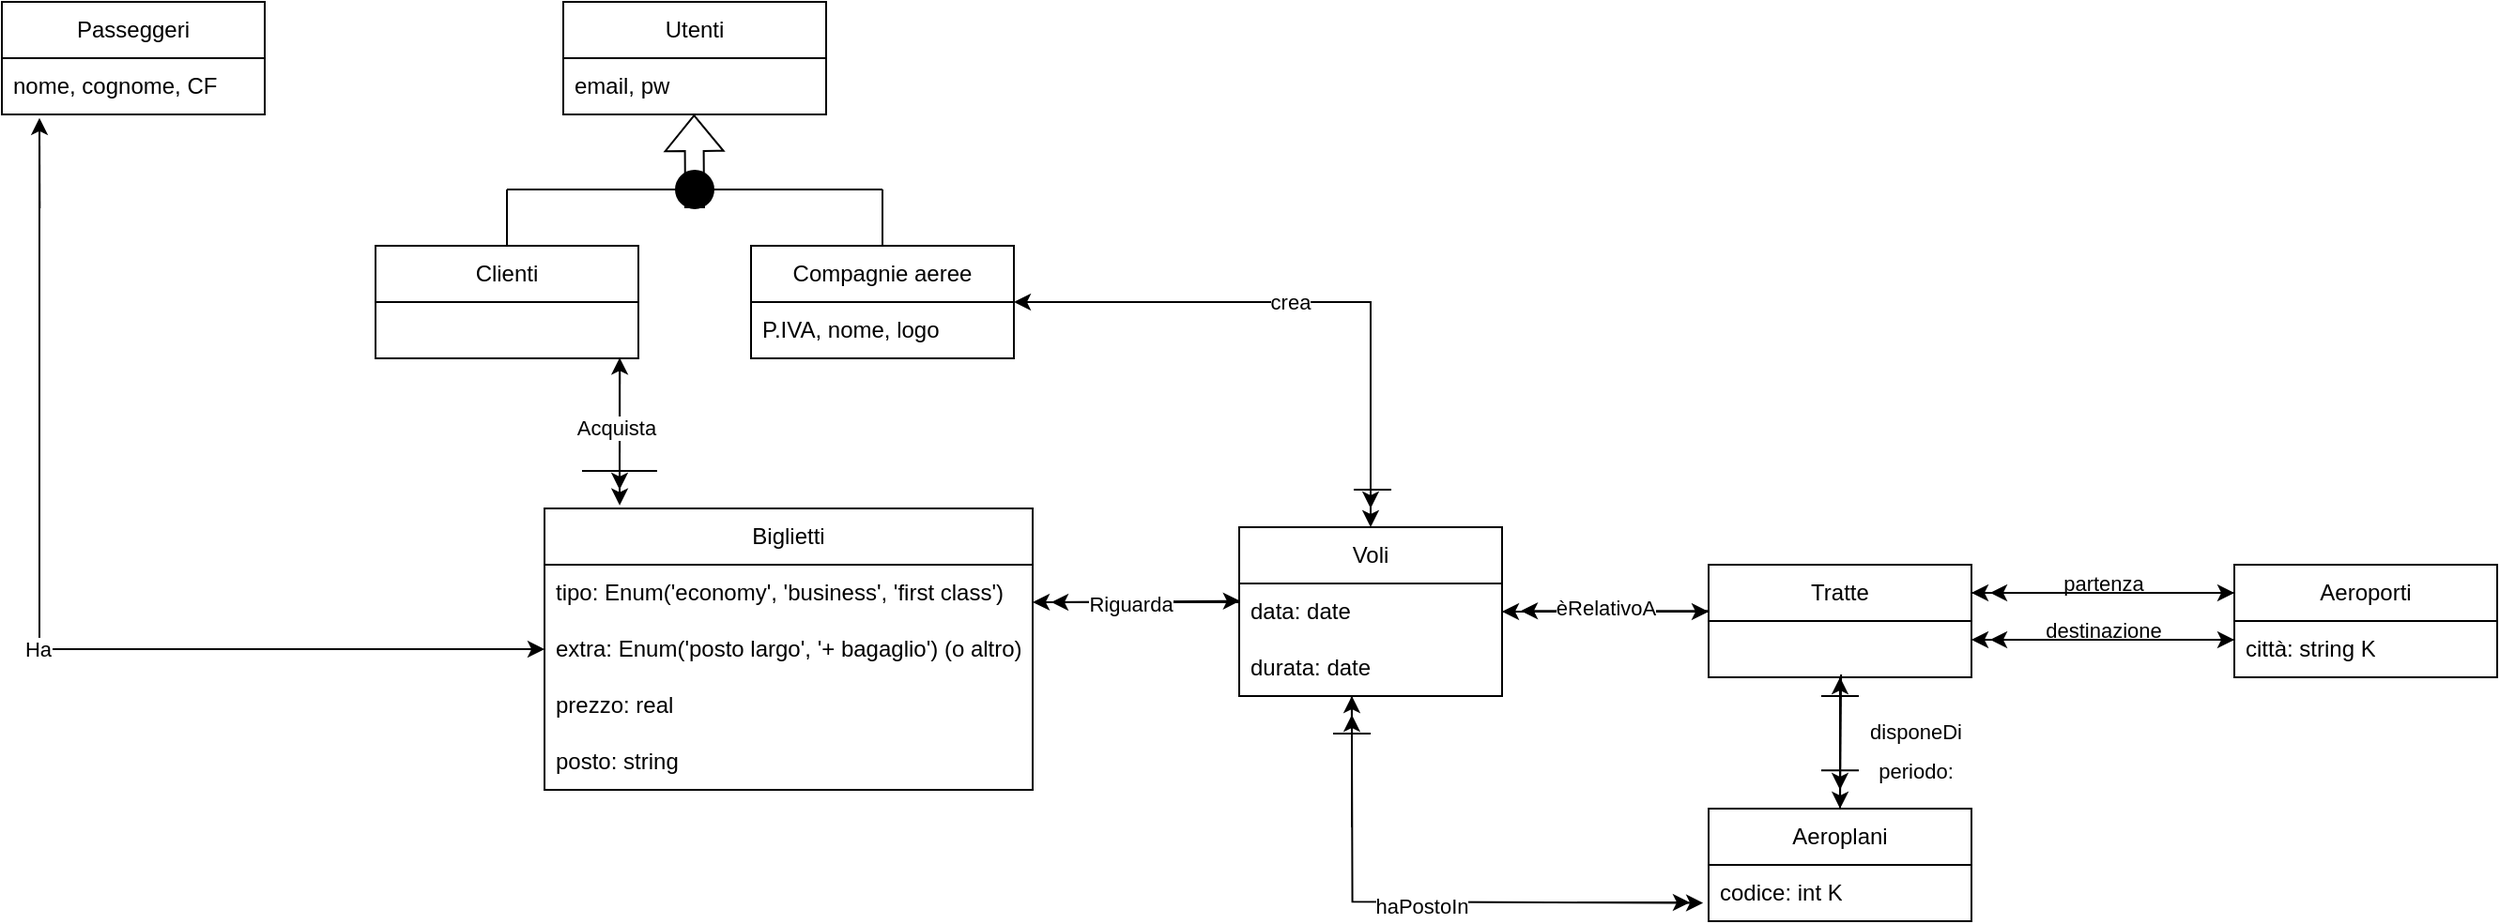
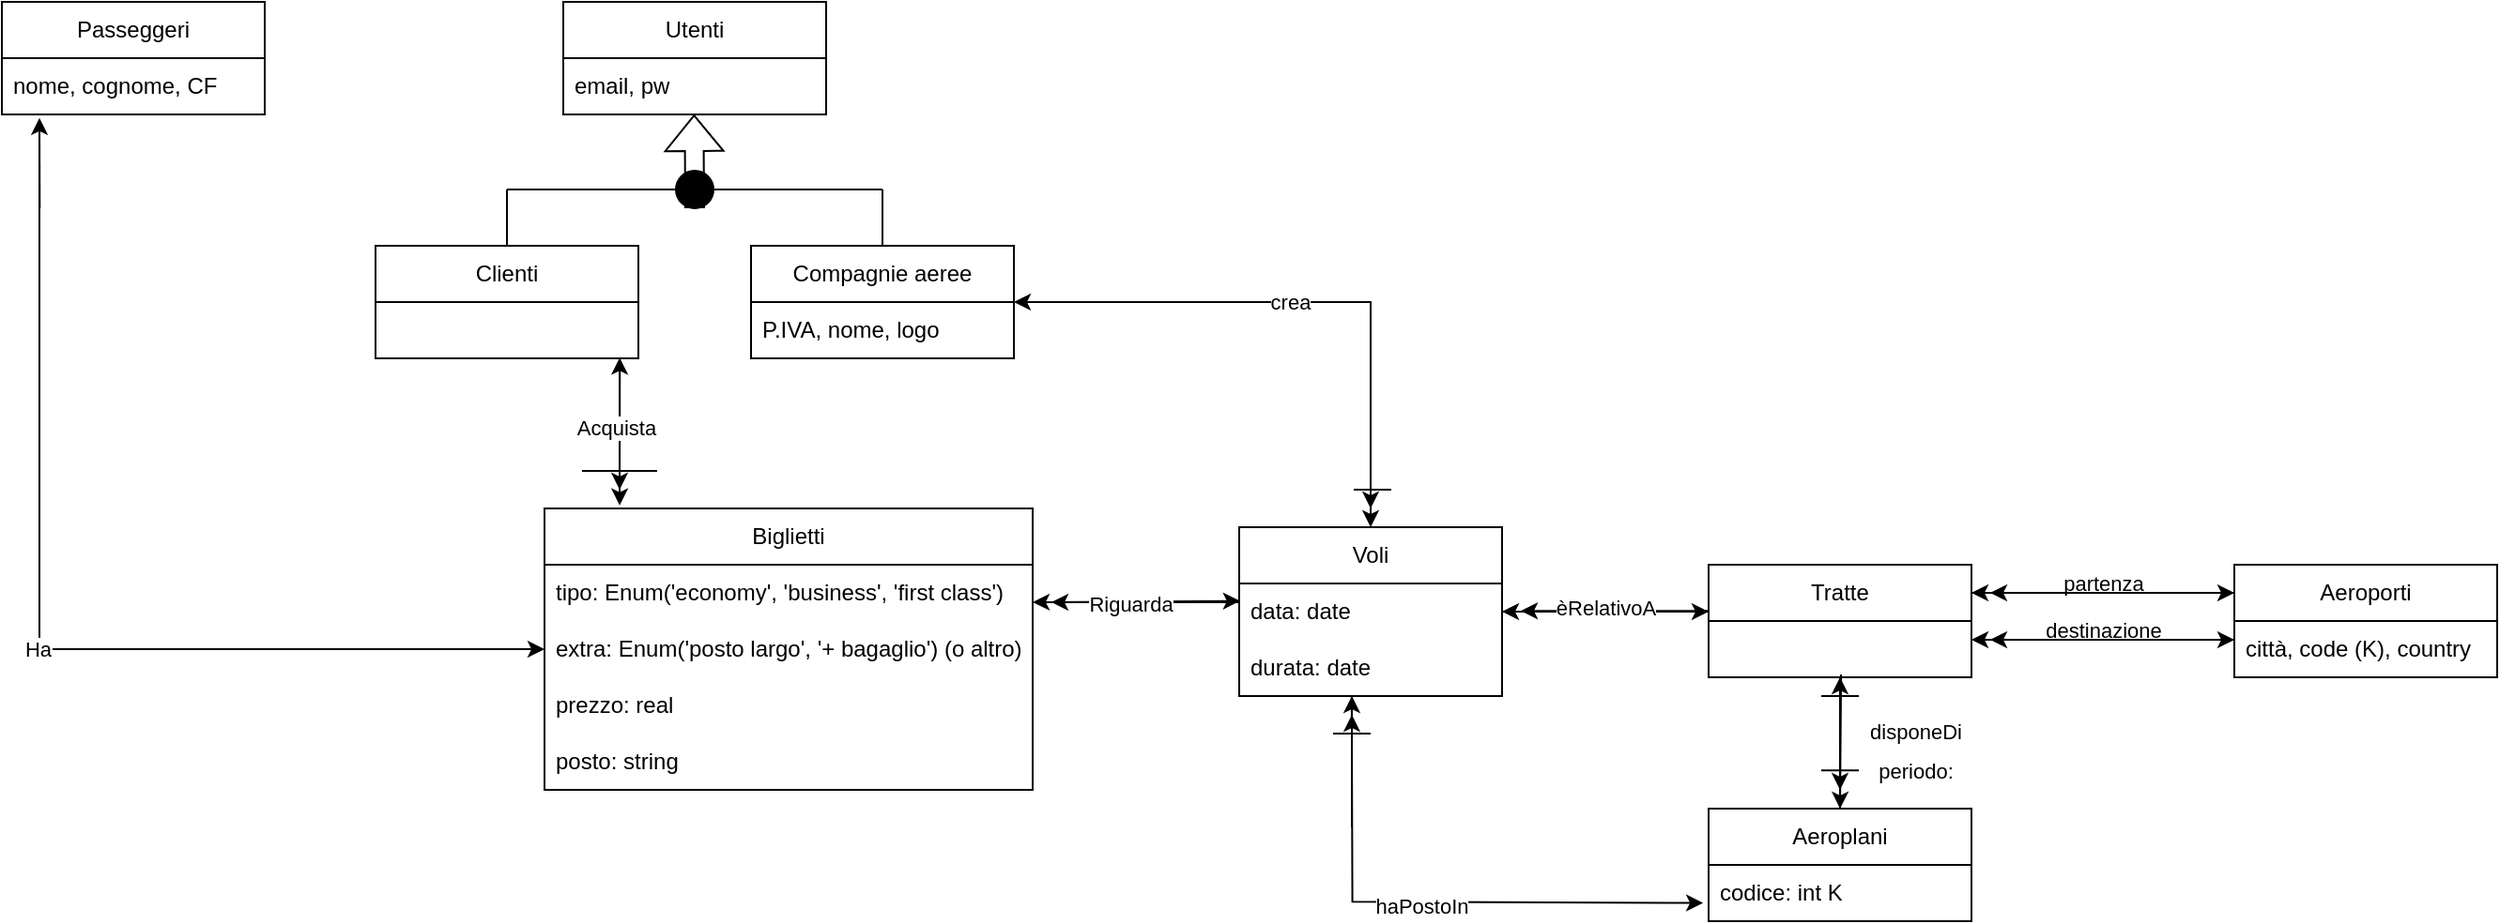
<mxfile host="65bd71144e">
    <diagram name="Pagina-1" id="Y2F9K8NCZ-bAOCw_idQH">
-         <mxGraphModel dx="2329" dy="2093" grid="1" gridSize="10" guides="1" tooltips="1" connect="1" arrows="1" fold="1" page="1" pageScale="1" pageWidth="1169" pageHeight="827" background="none" math="0" shadow="0">
+         <mxGraphModel dx="1955" dy="1866" grid="1" gridSize="10" guides="1" tooltips="1" connect="1" arrows="1" fold="1" page="1" pageScale="1" pageWidth="1169" pageHeight="827" background="none" math="0" shadow="0">
            <root>
                <mxCell id="0"/>
                <mxCell id="1" parent="0"/>
                <mxCell id="_ETjs5SsKa_0tdBlZnar-3" value="Utenti" style="swimlane;fontStyle=0;childLayout=stackLayout;horizontal=1;startSize=30;horizontalStack=0;resizeParent=1;resizeParentMax=0;resizeLast=0;collapsible=1;marginBottom=0;whiteSpace=wrap;html=1;" parent="1" vertex="1">
                    <mxGeometry x="119" y="-1600" width="140" height="60" as="geometry"/>
                </mxCell>
                <mxCell id="_ETjs5SsKa_0tdBlZnar-4" value="email, pw" style="text;strokeColor=none;fillColor=none;align=left;verticalAlign=middle;spacingLeft=4;spacingRight=4;overflow=hidden;points=[[0,0.5],[1,0.5]];portConstraint=eastwest;rotatable=0;whiteSpace=wrap;html=1;" parent="_ETjs5SsKa_0tdBlZnar-3" vertex="1">
                    <mxGeometry y="30" width="140" height="30" as="geometry"/>
                </mxCell>
                <mxCell id="_ETjs5SsKa_0tdBlZnar-15" value="Clienti" style="swimlane;fontStyle=0;childLayout=stackLayout;horizontal=1;startSize=30;horizontalStack=0;resizeParent=1;resizeParentMax=0;resizeLast=0;collapsible=1;marginBottom=0;whiteSpace=wrap;html=1;" parent="1" vertex="1">
                    <mxGeometry x="19" y="-1470" width="140" height="60" as="geometry"/>
                </mxCell>
                <mxCell id="_ETjs5SsKa_0tdBlZnar-17" value="Compagnie aeree" style="swimlane;fontStyle=0;childLayout=stackLayout;horizontal=1;startSize=30;horizontalStack=0;resizeParent=1;resizeParentMax=0;resizeLast=0;collapsible=1;marginBottom=0;whiteSpace=wrap;html=1;" parent="1" vertex="1">
                    <mxGeometry x="219" y="-1470" width="140" height="60" as="geometry"/>
                </mxCell>
                <mxCell id="_ETjs5SsKa_0tdBlZnar-18" value="P.IVA, nome, logo" style="text;strokeColor=none;fillColor=none;align=left;verticalAlign=middle;spacingLeft=4;spacingRight=4;overflow=hidden;points=[[0,0.5],[1,0.5]];portConstraint=eastwest;rotatable=0;whiteSpace=wrap;html=1;" parent="_ETjs5SsKa_0tdBlZnar-17" vertex="1">
                    <mxGeometry y="30" width="140" height="30" as="geometry"/>
                </mxCell>
                <mxCell id="_ETjs5SsKa_0tdBlZnar-19" value="Tratte" style="swimlane;fontStyle=0;childLayout=stackLayout;horizontal=1;startSize=30;horizontalStack=0;resizeParent=1;resizeParentMax=0;resizeLast=0;collapsible=1;marginBottom=0;whiteSpace=wrap;html=1;" parent="1" vertex="1">
                    <mxGeometry x="729" y="-1300" width="140" height="60" as="geometry"/>
                </mxCell>
                <mxCell id="_ETjs5SsKa_0tdBlZnar-21" value="Aeroplani" style="swimlane;fontStyle=0;childLayout=stackLayout;horizontal=1;startSize=30;horizontalStack=0;resizeParent=1;resizeParentMax=0;resizeLast=0;collapsible=1;marginBottom=0;whiteSpace=wrap;html=1;" parent="1" vertex="1">
                    <mxGeometry x="729" y="-1170" width="140" height="60" as="geometry"/>
                </mxCell>
                <mxCell id="_ETjs5SsKa_0tdBlZnar-22" value="codice: int K" style="text;strokeColor=none;fillColor=none;align=left;verticalAlign=middle;spacingLeft=4;spacingRight=4;overflow=hidden;points=[[0,0.5],[1,0.5]];portConstraint=eastwest;rotatable=0;whiteSpace=wrap;html=1;" parent="_ETjs5SsKa_0tdBlZnar-21" vertex="1">
                    <mxGeometry y="30" width="140" height="30" as="geometry"/>
                </mxCell>
                <mxCell id="_ETjs5SsKa_0tdBlZnar-23" value="Aeroporti" style="swimlane;fontStyle=0;childLayout=stackLayout;horizontal=1;startSize=30;horizontalStack=0;resizeParent=1;resizeParentMax=0;resizeLast=0;collapsible=1;marginBottom=0;whiteSpace=wrap;html=1;" parent="1" vertex="1">
                    <mxGeometry x="1009" y="-1300" width="140" height="60" as="geometry"/>
                </mxCell>
-                 <mxCell id="_ETjs5SsKa_0tdBlZnar-24" value="città: string K" style="text;strokeColor=none;fillColor=none;align=left;verticalAlign=middle;spacingLeft=4;spacingRight=4;overflow=hidden;points=[[0,0.5],[1,0.5]];portConstraint=eastwest;rotatable=0;whiteSpace=wrap;html=1;" parent="_ETjs5SsKa_0tdBlZnar-23" vertex="1">
+                 <mxCell id="_ETjs5SsKa_0tdBlZnar-24" value="città, code (K), country" style="text;strokeColor=none;fillColor=none;align=left;verticalAlign=middle;spacingLeft=4;spacingRight=4;overflow=hidden;points=[[0,0.5],[1,0.5]];portConstraint=eastwest;rotatable=0;whiteSpace=wrap;html=1;" parent="_ETjs5SsKa_0tdBlZnar-23" vertex="1">
                    <mxGeometry y="30" width="140" height="30" as="geometry"/>
                </mxCell>
                <mxCell id="_ETjs5SsKa_0tdBlZnar-25" value="" style="endArrow=classic;html=1;rounded=0;exitX=1;exitY=0.25;exitDx=0;exitDy=0;entryX=0;entryY=0.25;entryDx=0;entryDy=0;" parent="1" source="_ETjs5SsKa_0tdBlZnar-19" target="_ETjs5SsKa_0tdBlZnar-23" edge="1">
                    <mxGeometry width="50" height="50" relative="1" as="geometry">
                        <mxPoint x="709" y="-1000" as="sourcePoint"/>
                        <mxPoint x="759" y="-1050" as="targetPoint"/>
                    </mxGeometry>
                </mxCell>
                <mxCell id="_ETjs5SsKa_0tdBlZnar-27" value="" style="endArrow=classic;html=1;rounded=0;entryX=1;entryY=0.25;entryDx=0;entryDy=0;exitX=0;exitY=0.25;exitDx=0;exitDy=0;" parent="1" source="_ETjs5SsKa_0tdBlZnar-23" target="_ETjs5SsKa_0tdBlZnar-19" edge="1">
                    <mxGeometry width="50" height="50" relative="1" as="geometry">
                        <mxPoint x="709" y="-1000" as="sourcePoint"/>
                        <mxPoint x="759" y="-1050" as="targetPoint"/>
                    </mxGeometry>
                </mxCell>
                <mxCell id="_ETjs5SsKa_0tdBlZnar-28" value="partenza" style="edgeLabel;html=1;align=center;verticalAlign=middle;resizable=0;points=[];" parent="_ETjs5SsKa_0tdBlZnar-27" vertex="1" connectable="0">
                    <mxGeometry x="0.0872" y="2" relative="1" as="geometry">
                        <mxPoint x="6" y="-7" as="offset"/>
                    </mxGeometry>
                </mxCell>
                <mxCell id="_ETjs5SsKa_0tdBlZnar-29" value="" style="endArrow=classic;html=1;rounded=0;exitX=0;exitY=0.25;exitDx=0;exitDy=0;" parent="1" source="_ETjs5SsKa_0tdBlZnar-23" edge="1">
                    <mxGeometry width="50" height="50" relative="1" as="geometry">
                        <mxPoint x="709" y="-1000" as="sourcePoint"/>
                        <mxPoint x="879" y="-1285" as="targetPoint"/>
                    </mxGeometry>
                </mxCell>
                <mxCell id="_ETjs5SsKa_0tdBlZnar-30" value="" style="endArrow=classic;html=1;rounded=0;entryX=1;entryY=0.25;entryDx=0;entryDy=0;exitX=0;exitY=0.25;exitDx=0;exitDy=0;" parent="1" edge="1">
                    <mxGeometry width="50" height="50" relative="1" as="geometry">
                        <mxPoint x="1009" y="-1260" as="sourcePoint"/>
                        <mxPoint x="869" y="-1260" as="targetPoint"/>
                    </mxGeometry>
                </mxCell>
                <mxCell id="_ETjs5SsKa_0tdBlZnar-31" value="destinazione" style="edgeLabel;html=1;align=center;verticalAlign=middle;resizable=0;points=[];" parent="_ETjs5SsKa_0tdBlZnar-30" vertex="1" connectable="0">
                    <mxGeometry x="0.0872" y="2" relative="1" as="geometry">
                        <mxPoint x="6" y="-7" as="offset"/>
                    </mxGeometry>
                </mxCell>
                <mxCell id="_ETjs5SsKa_0tdBlZnar-32" value="" style="endArrow=classic;html=1;rounded=0;exitX=0;exitY=0.25;exitDx=0;exitDy=0;" parent="1" edge="1">
                    <mxGeometry width="50" height="50" relative="1" as="geometry">
                        <mxPoint x="1009" y="-1260" as="sourcePoint"/>
                        <mxPoint x="879" y="-1260" as="targetPoint"/>
                    </mxGeometry>
                </mxCell>
                <mxCell id="_ETjs5SsKa_0tdBlZnar-33" value="" style="endArrow=classic;html=1;rounded=0;exitX=1.007;exitY=0.333;exitDx=0;exitDy=0;exitPerimeter=0;" parent="1" edge="1">
                    <mxGeometry width="50" height="50" relative="1" as="geometry">
                        <mxPoint x="869.9799999999998" y="-1260.0100000000002" as="sourcePoint"/>
                        <mxPoint x="1009" y="-1260" as="targetPoint"/>
                    </mxGeometry>
                </mxCell>
                <mxCell id="_ETjs5SsKa_0tdBlZnar-34" value="" style="endArrow=classic;html=1;rounded=0;exitX=0.504;exitY=0.951;exitDx=0;exitDy=0;exitPerimeter=0;entryX=0.5;entryY=0;entryDx=0;entryDy=0;" parent="1" target="_ETjs5SsKa_0tdBlZnar-21" edge="1">
                    <mxGeometry width="50" height="50" relative="1" as="geometry">
                        <mxPoint x="799.56" y="-1241.47" as="sourcePoint"/>
                        <mxPoint x="719" y="-1050" as="targetPoint"/>
                    </mxGeometry>
                </mxCell>
                <mxCell id="_ETjs5SsKa_0tdBlZnar-36" value="" style="endArrow=classic;html=1;rounded=0;" parent="1" edge="1">
                    <mxGeometry width="50" height="50" relative="1" as="geometry">
                        <mxPoint x="799" y="-1240" as="sourcePoint"/>
                        <mxPoint x="799" y="-1180" as="targetPoint"/>
                    </mxGeometry>
                </mxCell>
                <mxCell id="_ETjs5SsKa_0tdBlZnar-38" value="disponeDi" style="edgeLabel;html=1;align=center;verticalAlign=middle;resizable=0;points=[];" parent="_ETjs5SsKa_0tdBlZnar-36" vertex="1" connectable="0">
                    <mxGeometry x="-0.0573" y="1" relative="1" as="geometry">
                        <mxPoint x="39" as="offset"/>
                    </mxGeometry>
                </mxCell>
                <mxCell id="_ETjs5SsKa_0tdBlZnar-40" value="periodo:" style="edgeLabel;html=1;align=center;verticalAlign=middle;resizable=0;points=[];" parent="1" vertex="1" connectable="0">
                    <mxGeometry x="839" y="-1190.0048717948719" as="geometry"/>
                </mxCell>
                <mxCell id="_ETjs5SsKa_0tdBlZnar-41" value="" style="endArrow=classic;html=1;rounded=0;" parent="1" edge="1">
                    <mxGeometry width="50" height="50" relative="1" as="geometry">
                        <mxPoint x="799" y="-1170" as="sourcePoint"/>
                        <mxPoint x="799" y="-1240" as="targetPoint"/>
                    </mxGeometry>
                </mxCell>
                <mxCell id="_ETjs5SsKa_0tdBlZnar-42" value="Voli" style="swimlane;fontStyle=0;childLayout=stackLayout;horizontal=1;startSize=30;horizontalStack=0;resizeParent=1;resizeParentMax=0;resizeLast=0;collapsible=1;marginBottom=0;whiteSpace=wrap;html=1;" parent="1" vertex="1">
                    <mxGeometry x="479" y="-1320" width="140" height="90" as="geometry"/>
                </mxCell>
                <mxCell id="_ETjs5SsKa_0tdBlZnar-43" value="data: date" style="text;strokeColor=none;fillColor=none;align=left;verticalAlign=middle;spacingLeft=4;spacingRight=4;overflow=hidden;points=[[0,0.5],[1,0.5]];portConstraint=eastwest;rotatable=0;whiteSpace=wrap;html=1;" parent="_ETjs5SsKa_0tdBlZnar-42" vertex="1">
                    <mxGeometry y="30" width="140" height="30" as="geometry"/>
                </mxCell>
                <mxCell id="_ETjs5SsKa_0tdBlZnar-66" value="durata: date" style="text;strokeColor=none;fillColor=none;align=left;verticalAlign=middle;spacingLeft=4;spacingRight=4;overflow=hidden;points=[[0,0.5],[1,0.5]];portConstraint=eastwest;rotatable=0;whiteSpace=wrap;html=1;" parent="_ETjs5SsKa_0tdBlZnar-42" vertex="1">
                    <mxGeometry y="60" width="140" height="30" as="geometry"/>
                </mxCell>
                <mxCell id="_ETjs5SsKa_0tdBlZnar-46" value="Biglietti" style="swimlane;fontStyle=0;childLayout=stackLayout;horizontal=1;startSize=30;horizontalStack=0;resizeParent=1;resizeParentMax=0;resizeLast=0;collapsible=1;marginBottom=0;whiteSpace=wrap;html=1;" parent="1" vertex="1">
                    <mxGeometry x="109" y="-1330" width="260" height="150" as="geometry"/>
                </mxCell>
                <mxCell id="Bv-jkNyQtQAfHgGsfsne-6" value="tipo: Enum(&#39;economy&#39;, &#39;business&#39;, &#39;first class&#39;)" style="text;strokeColor=none;fillColor=none;align=left;verticalAlign=middle;spacingLeft=4;spacingRight=4;overflow=hidden;points=[[0,0.5],[1,0.5]];portConstraint=eastwest;rotatable=0;whiteSpace=wrap;html=1;" parent="_ETjs5SsKa_0tdBlZnar-46" vertex="1">
                    <mxGeometry y="30" width="260" height="30" as="geometry"/>
                </mxCell>
                <mxCell id="_ETjs5SsKa_0tdBlZnar-47" value="extra: Enum(&#39;posto largo&#39;, &#39;+ bagaglio&#39;) (o altro)" style="text;strokeColor=none;fillColor=none;align=left;verticalAlign=middle;spacingLeft=4;spacingRight=4;overflow=hidden;points=[[0,0.5],[1,0.5]];portConstraint=eastwest;rotatable=0;whiteSpace=wrap;html=1;" parent="_ETjs5SsKa_0tdBlZnar-46" vertex="1">
                    <mxGeometry y="60" width="260" height="30" as="geometry"/>
                </mxCell>
                <mxCell id="EdjyHUfcLkRTV670vATM-4" value="prezzo: real" style="text;strokeColor=none;fillColor=none;align=left;verticalAlign=middle;spacingLeft=4;spacingRight=4;overflow=hidden;points=[[0,0.5],[1,0.5]];portConstraint=eastwest;rotatable=0;whiteSpace=wrap;html=1;" parent="_ETjs5SsKa_0tdBlZnar-46" vertex="1">
                    <mxGeometry y="90" width="260" height="30" as="geometry"/>
                </mxCell>
                <mxCell id="EdjyHUfcLkRTV670vATM-5" value="posto: string" style="text;strokeColor=none;fillColor=none;align=left;verticalAlign=middle;spacingLeft=4;spacingRight=4;overflow=hidden;points=[[0,0.5],[1,0.5]];portConstraint=eastwest;rotatable=0;whiteSpace=wrap;html=1;" parent="_ETjs5SsKa_0tdBlZnar-46" vertex="1">
                    <mxGeometry y="120" width="260" height="30" as="geometry"/>
                </mxCell>
                <mxCell id="_ETjs5SsKa_0tdBlZnar-62" value="" style="endArrow=classic;html=1;rounded=0;exitX=1;exitY=0.5;exitDx=0;exitDy=0;" parent="1" source="_ETjs5SsKa_0tdBlZnar-43" edge="1">
                    <mxGeometry width="50" height="50" relative="1" as="geometry">
                        <mxPoint x="549" y="-1210" as="sourcePoint"/>
                        <mxPoint x="729" y="-1275" as="targetPoint"/>
                    </mxGeometry>
                </mxCell>
                <mxCell id="_ETjs5SsKa_0tdBlZnar-63" value="" style="endArrow=classic;html=1;rounded=0;entryX=1;entryY=0.5;entryDx=0;entryDy=0;" parent="1" target="_ETjs5SsKa_0tdBlZnar-43" edge="1">
                    <mxGeometry width="50" height="50" relative="1" as="geometry">
                        <mxPoint x="729" y="-1275" as="sourcePoint"/>
                        <mxPoint x="549" y="-1230" as="targetPoint"/>
                    </mxGeometry>
                </mxCell>
                <mxCell id="_ETjs5SsKa_0tdBlZnar-64" value="" style="endArrow=classic;html=1;rounded=0;" parent="1" edge="1">
                    <mxGeometry width="50" height="50" relative="1" as="geometry">
                        <mxPoint x="729" y="-1275.4" as="sourcePoint"/>
                        <mxPoint x="629" y="-1275.4" as="targetPoint"/>
                    </mxGeometry>
                </mxCell>
                <mxCell id="_ETjs5SsKa_0tdBlZnar-65" value="èRelativoA" style="edgeLabel;html=1;align=center;verticalAlign=middle;resizable=0;points=[];" parent="_ETjs5SsKa_0tdBlZnar-64" vertex="1" connectable="0">
                    <mxGeometry x="0.0974" y="-2" relative="1" as="geometry">
                        <mxPoint as="offset"/>
                    </mxGeometry>
                </mxCell>
                <mxCell id="_ETjs5SsKa_0tdBlZnar-67" value="" style="shape=flexArrow;endArrow=classic;html=1;rounded=0;exitX=0.5;exitY=1;exitDx=0;exitDy=0;" parent="1" source="_ETjs5SsKa_0tdBlZnar-71" edge="1">
                    <mxGeometry width="50" height="50" relative="1" as="geometry">
                        <mxPoint x="189" y="-1500" as="sourcePoint"/>
                        <mxPoint x="188.67000000000002" y="-1540" as="targetPoint"/>
                    </mxGeometry>
                </mxCell>
                <mxCell id="_ETjs5SsKa_0tdBlZnar-68" value="" style="endArrow=none;html=1;rounded=0;" parent="1" source="_ETjs5SsKa_0tdBlZnar-71" edge="1">
                    <mxGeometry width="50" height="50" relative="1" as="geometry">
                        <mxPoint x="89" y="-1500" as="sourcePoint"/>
                        <mxPoint x="289" y="-1500" as="targetPoint"/>
                    </mxGeometry>
                </mxCell>
                <mxCell id="_ETjs5SsKa_0tdBlZnar-69" value="" style="endArrow=none;html=1;rounded=0;entryX=0.5;entryY=0;entryDx=0;entryDy=0;" parent="1" target="_ETjs5SsKa_0tdBlZnar-15" edge="1">
                    <mxGeometry width="50" height="50" relative="1" as="geometry">
                        <mxPoint x="89" y="-1500" as="sourcePoint"/>
                        <mxPoint x="299" y="-1490" as="targetPoint"/>
                    </mxGeometry>
                </mxCell>
                <mxCell id="_ETjs5SsKa_0tdBlZnar-70" value="" style="endArrow=none;html=1;rounded=0;entryX=0.5;entryY=0;entryDx=0;entryDy=0;" parent="1" target="_ETjs5SsKa_0tdBlZnar-17" edge="1">
                    <mxGeometry width="50" height="50" relative="1" as="geometry">
                        <mxPoint x="289" y="-1500" as="sourcePoint"/>
                        <mxPoint x="309" y="-1480" as="targetPoint"/>
                    </mxGeometry>
                </mxCell>
                <mxCell id="_ETjs5SsKa_0tdBlZnar-73" value="" style="shape=flexArrow;endArrow=classic;html=1;rounded=0;" parent="1" target="_ETjs5SsKa_0tdBlZnar-71" edge="1">
                    <mxGeometry width="50" height="50" relative="1" as="geometry">
                        <mxPoint x="189" y="-1500" as="sourcePoint"/>
                        <mxPoint x="188.67000000000002" y="-1540" as="targetPoint"/>
                    </mxGeometry>
                </mxCell>
                <mxCell id="_ETjs5SsKa_0tdBlZnar-74" value="" style="endArrow=none;html=1;rounded=0;" parent="1" target="_ETjs5SsKa_0tdBlZnar-71" edge="1">
                    <mxGeometry width="50" height="50" relative="1" as="geometry">
                        <mxPoint x="89" y="-1500" as="sourcePoint"/>
                        <mxPoint x="289" y="-1500" as="targetPoint"/>
                    </mxGeometry>
                </mxCell>
                <mxCell id="_ETjs5SsKa_0tdBlZnar-71" value="" style="ellipse;whiteSpace=wrap;html=1;aspect=fixed;strokeColor=#000000;fillColor=#000000;" parent="1" vertex="1">
                    <mxGeometry x="179" y="-1510" width="20" height="20" as="geometry"/>
                </mxCell>
                <mxCell id="_ETjs5SsKa_0tdBlZnar-85" value="" style="endArrow=classic;html=1;rounded=0;exitX=0.426;exitY=1.011;exitDx=0;exitDy=0;exitPerimeter=0;entryX=-0.021;entryY=0.675;entryDx=0;entryDy=0;entryPerimeter=0;" parent="1" target="_ETjs5SsKa_0tdBlZnar-22" edge="1">
                    <mxGeometry width="50" height="50" relative="1" as="geometry">
                        <mxPoint x="538.92" y="-1230" as="sourcePoint"/>
                        <mxPoint x="729" y="-1118.67" as="targetPoint"/>
                        <Array as="points">
                            <mxPoint x="539.28" y="-1120.33"/>
                        </Array>
                    </mxGeometry>
                </mxCell>
                <mxCell id="_ETjs5SsKa_0tdBlZnar-86" value="haPostoIn" style="edgeLabel;html=1;align=center;verticalAlign=middle;resizable=0;points=[];" parent="_ETjs5SsKa_0tdBlZnar-85" vertex="1" connectable="0">
                    <mxGeometry x="-0.0113" y="-2" relative="1" as="geometry">
                        <mxPoint as="offset"/>
                    </mxGeometry>
                </mxCell>
-                 <mxCell id="_ETjs5SsKa_0tdBlZnar-87" value="" style="endArrow=classic;html=1;rounded=0;" parent="1" edge="1">
-                     <mxGeometry width="50" height="50" relative="1" as="geometry">
-                         <mxPoint x="659" y="-1120" as="sourcePoint"/>
-                         <mxPoint x="719" y="-1120" as="targetPoint"/>
-                     </mxGeometry>
-                 </mxCell>
                <mxCell id="_ETjs5SsKa_0tdBlZnar-88" value="" style="endArrow=classic;html=1;rounded=0;" parent="1" edge="1">
                    <mxGeometry width="50" height="50" relative="1" as="geometry">
                        <mxPoint x="539" y="-1170" as="sourcePoint"/>
                        <mxPoint x="539" y="-1230" as="targetPoint"/>
                    </mxGeometry>
                </mxCell>
                <mxCell id="_ETjs5SsKa_0tdBlZnar-89" value="" style="endArrow=classic;html=1;rounded=0;" parent="1" edge="1">
                    <mxGeometry width="50" height="50" relative="1" as="geometry">
                        <mxPoint x="539" y="-1160" as="sourcePoint"/>
                        <mxPoint x="539" y="-1220" as="targetPoint"/>
                    </mxGeometry>
                </mxCell>
                <mxCell id="hUyTWg2xCONPmjfaOem0-3" value="" style="endArrow=classic;startArrow=classic;html=1;rounded=0;exitX=0.154;exitY=-0.011;exitDx=0;exitDy=0;exitPerimeter=0;entryX=0.929;entryY=0.989;entryDx=0;entryDy=0;entryPerimeter=0;" parent="1" source="_ETjs5SsKa_0tdBlZnar-46" edge="1">
                    <mxGeometry width="50" height="50" relative="1" as="geometry">
                        <mxPoint x="289" y="-1260" as="sourcePoint"/>
                        <mxPoint x="149.05999999999995" y="-1410.33" as="targetPoint"/>
                    </mxGeometry>
                </mxCell>
                <mxCell id="hUyTWg2xCONPmjfaOem0-9" value="" style="endArrow=classic;html=1;rounded=0;exitX=0.929;exitY=1;exitDx=0;exitDy=0;exitPerimeter=0;" parent="1" edge="1">
                    <mxGeometry width="50" height="50" relative="1" as="geometry">
                        <mxPoint x="149.05999999999995" y="-1410" as="sourcePoint"/>
                        <mxPoint x="149" y="-1340" as="targetPoint"/>
                    </mxGeometry>
                </mxCell>
                <mxCell id="Bv-jkNyQtQAfHgGsfsne-1" value="Acquista" style="edgeLabel;html=1;align=center;verticalAlign=middle;resizable=0;points=[];" parent="hUyTWg2xCONPmjfaOem0-9" vertex="1" connectable="0">
                    <mxGeometry x="0.0517" y="-2" relative="1" as="geometry">
                        <mxPoint as="offset"/>
                    </mxGeometry>
                </mxCell>
                <mxCell id="Bv-jkNyQtQAfHgGsfsne-2" value="" style="endArrow=classic;startArrow=classic;html=1;rounded=0;entryX=0.003;entryY=0.31;entryDx=0;entryDy=0;entryPerimeter=0;" parent="1" target="_ETjs5SsKa_0tdBlZnar-43" edge="1">
                    <mxGeometry width="50" height="50" relative="1" as="geometry">
                        <mxPoint x="369" y="-1280" as="sourcePoint"/>
                        <mxPoint x="419" y="-1330" as="targetPoint"/>
                    </mxGeometry>
                </mxCell>
                <mxCell id="Bv-jkNyQtQAfHgGsfsne-3" value="" style="endArrow=classic;html=1;rounded=0;" parent="1" edge="1">
                    <mxGeometry width="50" height="50" relative="1" as="geometry">
                        <mxPoint x="479" y="-1280" as="sourcePoint"/>
                        <mxPoint x="379" y="-1280" as="targetPoint"/>
                    </mxGeometry>
                </mxCell>
                <mxCell id="Bv-jkNyQtQAfHgGsfsne-4" value="Riguarda" style="edgeLabel;html=1;align=center;verticalAlign=middle;resizable=0;points=[];" parent="Bv-jkNyQtQAfHgGsfsne-3" vertex="1" connectable="0">
                    <mxGeometry x="0.16" y="1" relative="1" as="geometry">
                        <mxPoint as="offset"/>
                    </mxGeometry>
                </mxCell>
                <mxCell id="EdjyHUfcLkRTV670vATM-6" value="" style="endArrow=none;html=1;rounded=0;" parent="1" edge="1">
                    <mxGeometry width="50" height="50" relative="1" as="geometry">
                        <mxPoint x="129" y="-1350" as="sourcePoint"/>
                        <mxPoint x="169" y="-1350" as="targetPoint"/>
                    </mxGeometry>
                </mxCell>
                <mxCell id="EdjyHUfcLkRTV670vATM-8" value="" style="endArrow=none;html=1;rounded=0;" parent="1" edge="1">
                    <mxGeometry width="50" height="50" relative="1" as="geometry">
                        <mxPoint x="529" y="-1210" as="sourcePoint"/>
                        <mxPoint x="549" y="-1210" as="targetPoint"/>
                    </mxGeometry>
                </mxCell>
                <mxCell id="EdjyHUfcLkRTV670vATM-9" value="" style="endArrow=none;html=1;rounded=0;" parent="1" edge="1">
                    <mxGeometry width="50" height="50" relative="1" as="geometry">
                        <mxPoint x="809" y="-1230" as="sourcePoint"/>
                        <mxPoint x="789" y="-1230" as="targetPoint"/>
                    </mxGeometry>
                </mxCell>
                <mxCell id="EdjyHUfcLkRTV670vATM-10" value="" style="endArrow=none;html=1;rounded=0;" parent="1" edge="1">
                    <mxGeometry width="50" height="50" relative="1" as="geometry">
                        <mxPoint x="809" y="-1190.3400000000001" as="sourcePoint"/>
                        <mxPoint x="789" y="-1190.3400000000001" as="targetPoint"/>
                    </mxGeometry>
                </mxCell>
                <mxCell id="EdjyHUfcLkRTV670vATM-13" value="" style="endArrow=classic;startArrow=classic;html=1;rounded=0;exitX=1;exitY=0.5;exitDx=0;exitDy=0;entryX=0.5;entryY=0;entryDx=0;entryDy=0;" parent="1" source="_ETjs5SsKa_0tdBlZnar-17" target="_ETjs5SsKa_0tdBlZnar-42" edge="1">
                    <mxGeometry width="50" height="50" relative="1" as="geometry">
                        <mxPoint x="620" y="-1330" as="sourcePoint"/>
                        <mxPoint x="670" y="-1380" as="targetPoint"/>
                        <Array as="points">
                            <mxPoint x="549" y="-1440"/>
                        </Array>
                    </mxGeometry>
                </mxCell>
                <mxCell id="EdjyHUfcLkRTV670vATM-15" value="crea" style="edgeLabel;html=1;align=center;verticalAlign=middle;resizable=0;points=[];" parent="EdjyHUfcLkRTV670vATM-13" connectable="0" vertex="1">
                    <mxGeometry x="-0.0562" relative="1" as="geometry">
                        <mxPoint as="offset"/>
                    </mxGeometry>
                </mxCell>
                <mxCell id="EdjyHUfcLkRTV670vATM-14" value="" style="endArrow=classic;html=1;rounded=0;" parent="1" edge="1">
                    <mxGeometry width="50" height="50" relative="1" as="geometry">
                        <mxPoint x="549" y="-1410" as="sourcePoint"/>
                        <mxPoint x="549" y="-1330" as="targetPoint"/>
                    </mxGeometry>
                </mxCell>
                <mxCell id="EdjyHUfcLkRTV670vATM-16" value="" style="endArrow=none;html=1;rounded=0;" parent="1" edge="1">
                    <mxGeometry width="50" height="50" relative="1" as="geometry">
                        <mxPoint x="540" y="-1340" as="sourcePoint"/>
                        <mxPoint x="560" y="-1340" as="targetPoint"/>
                    </mxGeometry>
                </mxCell>
-                 <mxCell id="11" value="Passeggeri" style="swimlane;fontStyle=0;childLayout=stackLayout;horizontal=1;startSize=30;horizontalStack=0;resizeParent=1;resizeParentMax=0;resizeLast=0;collapsible=1;marginBottom=0;whiteSpace=wrap;html=1;" vertex="1" parent="1">
+                 <mxCell id="11" value="Passeggeri" style="swimlane;fontStyle=0;childLayout=stackLayout;horizontal=1;startSize=30;horizontalStack=0;resizeParent=1;resizeParentMax=0;resizeLast=0;collapsible=1;marginBottom=0;whiteSpace=wrap;html=1;" parent="1" vertex="1">
                    <mxGeometry x="-180" y="-1600" width="140" height="60" as="geometry"/>
                </mxCell>
-                 <mxCell id="12" value="&lt;span style=&quot;color: rgb(0, 0, 0);&quot;&gt;nome, cognome, CF&lt;/span&gt;" style="text;strokeColor=none;fillColor=none;align=left;verticalAlign=middle;spacingLeft=4;spacingRight=4;overflow=hidden;points=[[0,0.5],[1,0.5]];portConstraint=eastwest;rotatable=0;whiteSpace=wrap;html=1;" vertex="1" parent="11">
-                     <mxGeometry y="30" width="140" height="30" as="geometry"/>
-                 </mxCell>
-                 <mxCell id="16" value="" style="endArrow=classic;html=1;rounded=0;entryX=0;entryY=0.5;entryDx=0;entryDy=0;" edge="1" parent="1" target="_ETjs5SsKa_0tdBlZnar-47">
+                 <mxCell id="12" value="&lt;span style=&quot;color: rgb(0, 0, 0);&quot;&gt;nome, cognome, CF&lt;/span&gt;" style="text;strokeColor=none;fillColor=none;align=left;verticalAlign=middle;spacingLeft=4;spacingRight=4;overflow=hidden;points=[[0,0.5],[1,0.5]];portConstraint=eastwest;rotatable=0;whiteSpace=wrap;html=1;" parent="11" vertex="1">
+                     <mxGeometry y="30" width="140" height="30" as="geometry"/>
+                 </mxCell>
+                 <mxCell id="16" value="" style="endArrow=classic;html=1;rounded=0;entryX=0;entryY=0.5;entryDx=0;entryDy=0;" parent="1" target="_ETjs5SsKa_0tdBlZnar-47" edge="1">
                    <mxGeometry width="50" height="50" relative="1" as="geometry">
                        <mxPoint x="-160" y="-1530" as="sourcePoint"/>
                        <mxPoint x="159" y="-1330" as="targetPoint"/>
                        <Array as="points">
                            <mxPoint x="-160" y="-1255"/>
                        </Array>
                    </mxGeometry>
                </mxCell>
-                 <mxCell id="17" value="Ha" style="edgeLabel;html=1;align=center;verticalAlign=middle;resizable=0;points=[];" vertex="1" connectable="0" parent="16">
+                 <mxCell id="17" value="Ha" style="edgeLabel;html=1;align=center;verticalAlign=middle;resizable=0;points=[];" parent="16" vertex="1" connectable="0">
                    <mxGeometry x="0.0517" y="-2" relative="1" as="geometry">
                        <mxPoint x="-12" y="-2" as="offset"/>
                    </mxGeometry>
                </mxCell>
-                 <mxCell id="19" value="" style="endArrow=classic;html=1;rounded=0;entryX=0.106;entryY=1.063;entryDx=0;entryDy=0;entryPerimeter=0;" edge="1" parent="1">
+                 <mxCell id="19" value="" style="endArrow=classic;html=1;rounded=0;entryX=0.106;entryY=1.063;entryDx=0;entryDy=0;entryPerimeter=0;" parent="1" edge="1">
                    <mxGeometry width="50" height="50" relative="1" as="geometry">
                        <mxPoint x="-159.84" y="-1490" as="sourcePoint"/>
                        <mxPoint x="-159.99999999999986" y="-1538.11" as="targetPoint"/>
                        <Array as="points"/>
                    </mxGeometry>
                </mxCell>
            </root>
        </mxGraphModel>
    </diagram>
</mxfile>